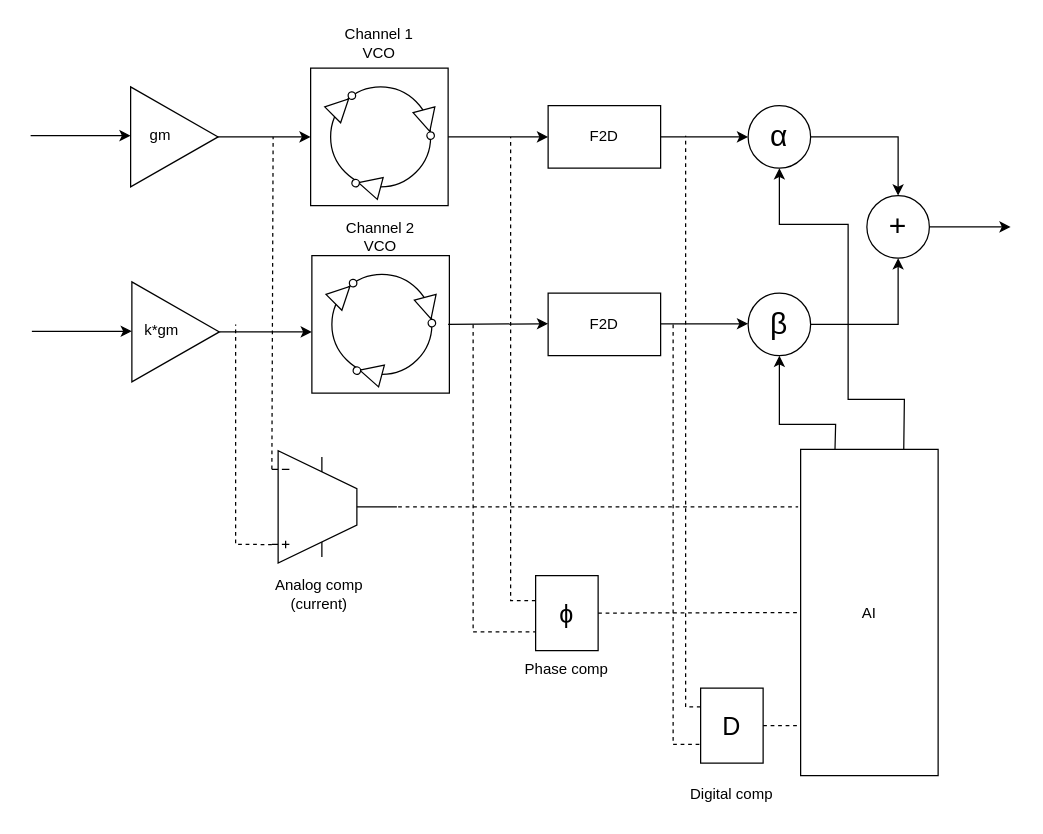
The draw.io diagram diagramas_tfm/possible_comparators.drawio in tremon36/miTFM, before the edit. Source tidied: cells renumbered, new cells numbered last; positions are measured from the earlier drawing's top-left corner, leaving out a move shared by most shapes. Both pictures are drawn from the tidied source at 125%, with x=0, y=0 at pixel (30, 24).
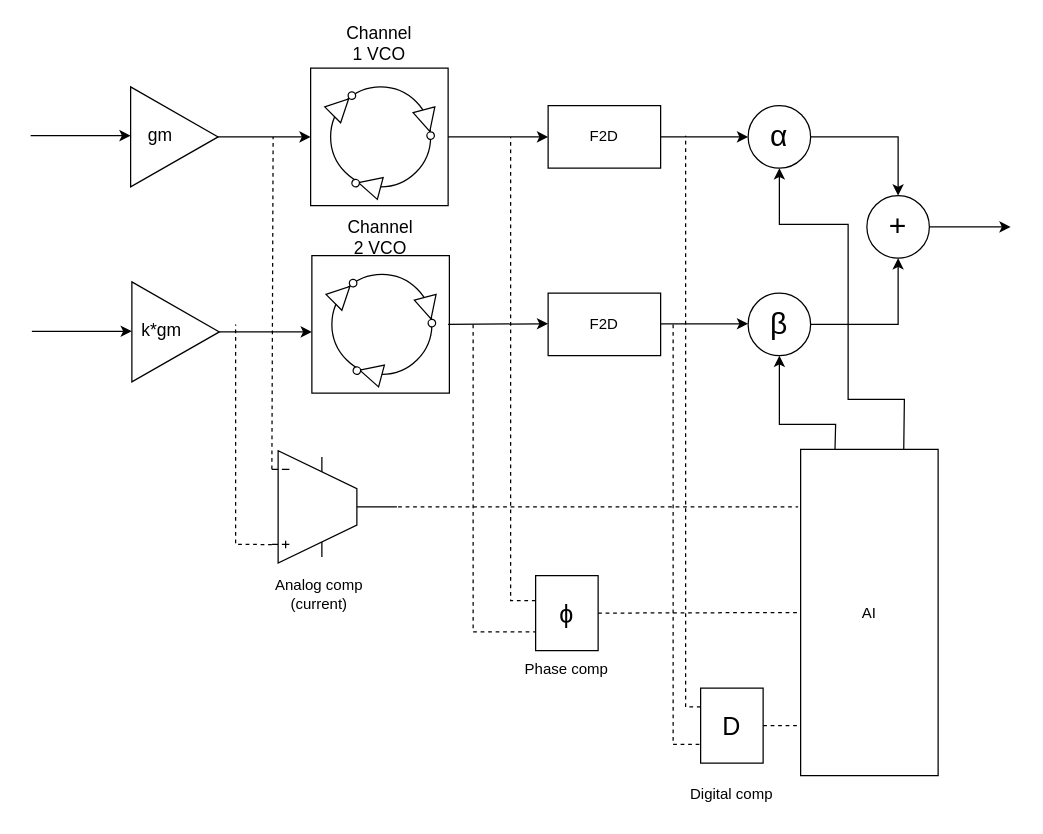
After the change.

The change refers to these unchanged cells:
```xml
<mxCell id="25" style="group;" parent="1" vertex="1">
  <mxGeometry x="74" y="50" width="76" height="80" as="geometry" />
</mxCell>
<mxCell id="29" style="group;" parent="1" vertex="1">
  <mxGeometry x="75" y="206" width="76" height="80" as="geometry" />
</mxCell>
```

The edit, as a diff of the source:
```diff
@@
-    <mxCell id="12" value="Channel 1 VCO" style="text;html=1;align=center;verticalAlign=middle;whiteSpace=wrap;rounded=0;" parent="1" vertex="1">
+    <mxCell id="12" value="&lt;font style=&quot;font-size: 14px;&quot;&gt;Channel 1 VCO&lt;/font&gt;" style="text;html=1;align=center;verticalAlign=middle;whiteSpace=wrap;rounded=0;" parent="1" vertex="1">
       <mxGeometry x="249" width="60" height="30" as="geometry" />
     </mxCell>
@@
-    <mxCell id="24" value="Channel 2 VCO" style="text;html=1;align=center;verticalAlign=middle;whiteSpace=wrap;rounded=0;" parent="1" vertex="1">
+    <mxCell id="24" value="&lt;font style=&quot;font-size: 14px;&quot;&gt;Channel 2 VCO&lt;/font&gt;" style="text;html=1;align=center;verticalAlign=middle;whiteSpace=wrap;rounded=0;" parent="1" vertex="1">
       <mxGeometry x="250" y="155" width="60" height="30" as="geometry" />
     </mxCell>
@@
-    <mxCell id="27" value="gm" style="text;html=1;align=center;verticalAlign=middle;whiteSpace=wrap;rounded=0;" parent="25" vertex="1">
+    <mxCell id="27" value="&lt;font style=&quot;font-size: 14px;&quot;&gt;gm&lt;/font&gt;" style="text;html=1;align=center;verticalAlign=middle;whiteSpace=wrap;rounded=0;" parent="25" vertex="1">
       <mxGeometry y="24" width="60" height="30" as="geometry" />
     </mxCell>
@@
-    <mxCell id="31" value="k*gm" style="text;html=1;align=center;verticalAlign=middle;whiteSpace=wrap;rounded=0;" parent="29" vertex="1">
+    <mxCell id="31" value="&lt;font style=&quot;font-size: 14px;&quot;&gt;k*gm&lt;/font&gt;" style="text;html=1;align=center;verticalAlign=middle;whiteSpace=wrap;rounded=0;" parent="29" vertex="1">
       <mxGeometry y="24" width="60" height="30" as="geometry" />
     </mxCell>
```
